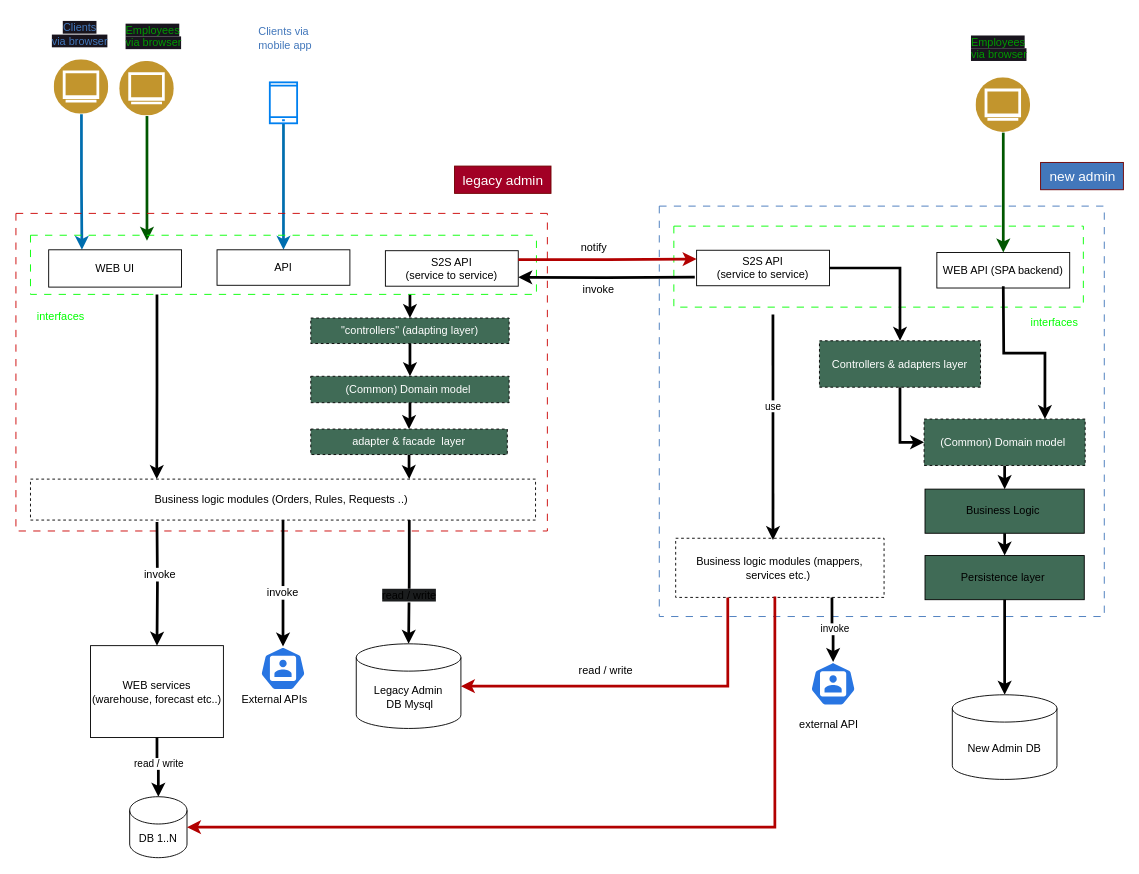
Before: page "step 1a" (3 of 13) of refactoring.drawio in sajonaro/ref-ex, a draw.io diagram. Source tidied: cells renumbered, new cells numbered last; positions are measured from the earlier drawing's top-left corner, leaving out a move shared by most shapes. Both pictures are drawn from the tidied source at 91%, with x=0, y=0 at pixel (15, 15).
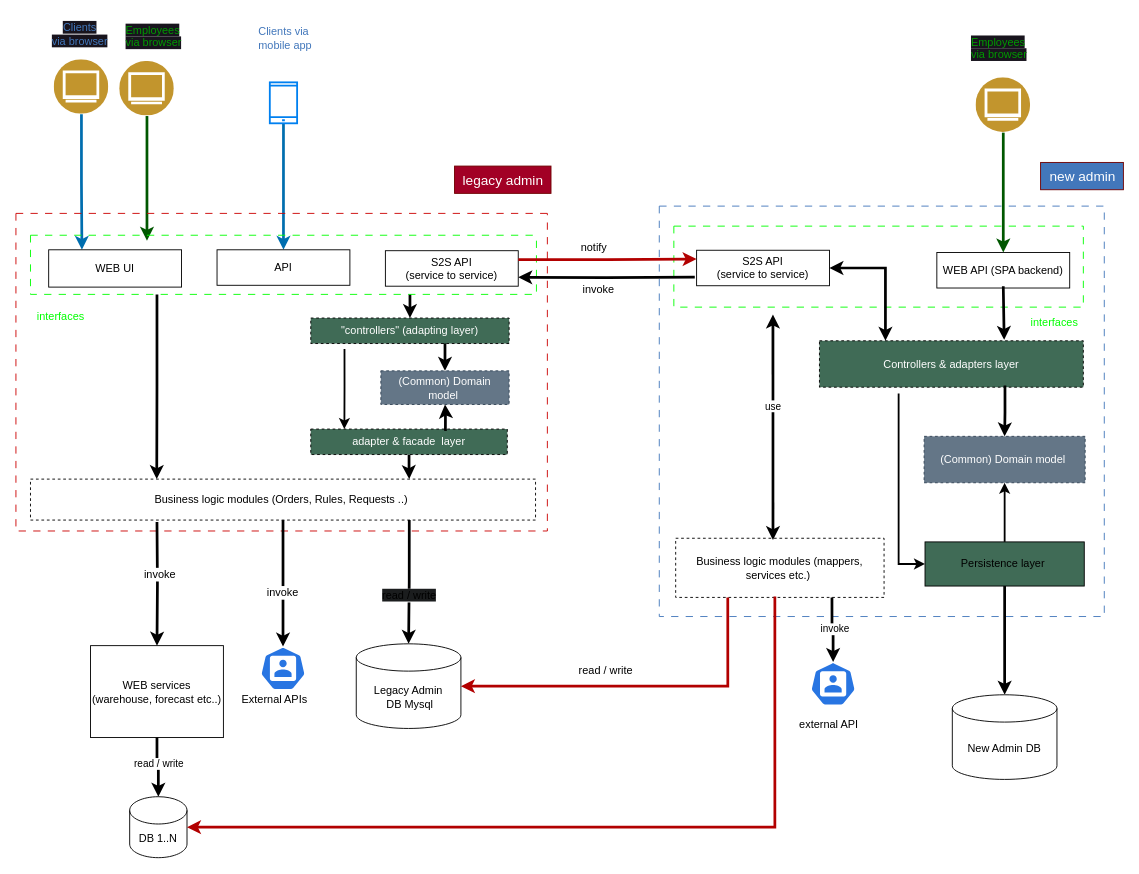
The same page after the edit.

Unchanged cells that the change refers to:
```xml
<mxCell id="13" style="swimlane;startSize=0;dashed=1;dashPattern=8 8;strokeColor=#CC0000;" parent="1" vertex="1">
  <mxGeometry y="217" width="584" height="349" as="geometry" />
</mxCell>
<mxCell id="25" value="&lt;font color=&quot;#ffffff&quot;&gt;adapter &amp;amp; facade&amp;nbsp; layer&lt;/font&gt;" style="rounded=0;whiteSpace=wrap;html=1;dashed=1;fillColor=#406B56;" parent="13" vertex="1">
  <mxGeometry x="324" y="237" width="216" height="28" as="geometry" />
</mxCell>
<mxCell id="27" value="&lt;span style=&quot;color: rgb(255, 255, 255);&quot;&gt;&quot;controllers&quot; (adapting layer)&lt;/span&gt;" style="rounded=0;whiteSpace=wrap;html=1;dashed=1;fillColor=#406B56;" parent="13" vertex="1">
  <mxGeometry x="324" y="115" width="218" height="28" as="geometry" />
</mxCell>
<mxCell id="41" style="swimlane;startSize=0;dashed=1;dashPattern=8 8;strokeColor=#4277BB;" parent="1" vertex="1">
  <mxGeometry x="707" y="209" width="489" height="451" as="geometry" />
</mxCell>
<mxCell id="42" style="swimlane;startSize=0;dashed=1;dashPattern=8 8;fontColor=#00FF00;strokeColor=#00FF00;" parent="41" vertex="1">
  <mxGeometry x="16" y="22" width="450" height="89" as="geometry" />
</mxCell>
<mxCell id="44" value="S2S API&lt;br&gt;(service to service)" style="rounded=0;whiteSpace=wrap;html=1;" parent="42" vertex="1">
  <mxGeometry x="25" y="26.5" width="146" height="39" as="geometry" />
</mxCell>
<mxCell id="56" value="Business logic modules (mappers, services etc.)&amp;nbsp;" style="rounded=0;whiteSpace=wrap;html=1;dashed=1;" parent="1" vertex="1">
  <mxGeometry x="725" y="574" width="229" height="65" as="geometry" />
</mxCell>
```

Diff of the diagram source:
```diff
@@
-    <mxCell id="22" style="edgeStyle=orthogonalEdgeStyle;rounded=0;jettySize=auto;html=1;entryX=0.5;entryY=0;entryDx=0;entryDy=0;strokeColor=default;strokeWidth=3;align=center;verticalAlign=middle;fontFamily=Helvetica;fontSize=11;fontColor=default;labelBackgroundColor=default;endArrow=classic;" parent="13" edge="1" source="23" target="25">
-      <mxGeometry relative="1" as="geometry" />
-    </mxCell>
-    <mxCell id="23" value="&lt;span style=&quot;color: rgb(255, 255, 255);&quot;&gt;(Common) Domain model&amp;nbsp;&lt;/span&gt;" style="rounded=0;whiteSpace=wrap;html=1;dashed=1;fillColor=#406B56;" parent="13" vertex="1">
-      <mxGeometry x="324" y="179" width="218" height="29" as="geometry" />
+    <mxCell id="23" value="&lt;span style=&quot;color: rgb(255, 255, 255);&quot;&gt;(Common) Domain model&amp;nbsp;&lt;/span&gt;" style="rounded=0;whiteSpace=wrap;html=1;dashed=1;fillColor=#647687;fontColor=#ffffff;strokeColor=#314354;" parent="13" vertex="1">
+      <mxGeometry x="401" y="173" width="141" height="37" as="geometry" />
     </mxCell>
@@
-    <mxCell id="26" style="edgeStyle=orthogonalEdgeStyle;rounded=0;jettySize=auto;html=1;entryX=0.5;entryY=0;entryDx=0;entryDy=0;strokeColor=default;strokeWidth=3;align=center;verticalAlign=middle;fontFamily=Helvetica;fontSize=11;fontColor=default;labelBackgroundColor=default;endArrow=classic;" parent="13" edge="1" source="27" target="23">
+    <mxCell id="26" style="edgeStyle=orthogonalEdgeStyle;rounded=0;jettySize=auto;html=1;entryX=0.5;entryY=0;entryDx=0;entryDy=0;strokeColor=default;strokeWidth=3;align=center;verticalAlign=middle;fontFamily=Helvetica;fontSize=11;fontColor=default;labelBackgroundColor=default;endArrow=classic;exitX=0.665;exitY=0.964;exitDx=0;exitDy=0;exitPerimeter=0;" parent="13" edge="1" source="27" target="23">
       <mxGeometry relative="1" as="geometry" />
     </mxCell>
@@
+    <mxCell id="74" style="edgeStyle=orthogonalEdgeStyle;rounded=0;jettySize=auto;html=1;entryX=0.171;entryY=0;entryDx=0;entryDy=0;entryPerimeter=0;strokeColor=default;strokeWidth=2;align=center;verticalAlign=middle;fontFamily=Helvetica;fontSize=11;fontColor=default;labelBackgroundColor=default;endArrow=classic;exitX=0.17;exitY=1.214;exitDx=0;exitDy=0;exitPerimeter=0;" parent="13" edge="1" source="27" target="25">
+      <mxGeometry relative="1" as="geometry" />
+    </mxCell>
+    <mxCell id="75" style="edgeStyle=orthogonalEdgeStyle;rounded=0;jettySize=auto;html=1;strokeColor=default;strokeWidth=3;align=center;verticalAlign=middle;fontFamily=Helvetica;fontSize=11;fontColor=default;labelBackgroundColor=default;endArrow=classic;exitX=0.685;exitY=0.071;exitDx=0;exitDy=0;exitPerimeter=0;" parent="13" edge="1" source="25" target="23">
+      <mxGeometry relative="1" as="geometry" />
+    </mxCell>
@@
-    <mxCell id="46" style="edgeStyle=orthogonalEdgeStyle;rounded=0;jettySize=auto;html=1;strokeColor=default;strokeWidth=3;align=center;verticalAlign=middle;fontFamily=Helvetica;fontSize=11;fontColor=default;labelBackgroundColor=default;endArrow=classic;" parent="41" edge="1" source="47" target="49">
-      <mxGeometry relative="1" as="geometry" />
-    </mxCell>
-    <mxCell id="47" value="&lt;span style=&quot;color: rgb(255, 255, 255);&quot;&gt;(Common) Domain model&amp;nbsp;&lt;/span&gt;" style="rounded=0;whiteSpace=wrap;html=1;dashed=1;fillColor=#406B56;" parent="41" vertex="1">
-      <mxGeometry x="291" y="234" width="177" height="51" as="geometry" />
+    <mxCell id="47" value="&lt;span style=&quot;color: rgb(255, 255, 255);&quot;&gt;(Common) Domain model&amp;nbsp;&lt;/span&gt;" style="rounded=0;whiteSpace=wrap;html=1;dashed=1;fillColor=#647687;fontColor=#ffffff;strokeColor=#314354;" parent="41" vertex="1">
+      <mxGeometry x="291" y="253" width="177" height="51" as="geometry" />
     </mxCell>
-    <mxCell id="48" style="edgeStyle=orthogonalEdgeStyle;rounded=0;jettySize=auto;html=1;entryX=0.5;entryY=0;entryDx=0;entryDy=0;strokeColor=default;strokeWidth=3;align=center;verticalAlign=middle;fontFamily=Helvetica;fontSize=11;fontColor=default;labelBackgroundColor=default;endArrow=classic;" parent="41" edge="1" source="49" target="54">
-      <mxGeometry relative="1" as="geometry" />
-    </mxCell>
-    <mxCell id="49" value="Business Logic&amp;nbsp;" style="rounded=0;whiteSpace=wrap;html=1;fillStyle=solid;fillColor=#406B56;" parent="41" vertex="1">
-      <mxGeometry x="292" y="311" width="175" height="48.5" as="geometry" />
-    </mxCell>
-    <mxCell id="50" style="edgeStyle=orthogonalEdgeStyle;rounded=0;jettySize=auto;html=1;entryX=0;entryY=0.5;entryDx=0;entryDy=0;strokeColor=default;strokeWidth=3;align=center;verticalAlign=middle;fontFamily=Helvetica;fontSize=11;fontColor=default;labelBackgroundColor=default;endArrow=classic;" parent="41" edge="1" source="51" target="47">
-      <mxGeometry relative="1" as="geometry" />
-    </mxCell>
+    <mxCell id="76" style="edgeStyle=orthogonalEdgeStyle;rounded=0;jettySize=auto;html=1;entryX=0;entryY=0.5;entryDx=0;entryDy=0;strokeColor=default;strokeWidth=2;align=center;verticalAlign=middle;fontFamily=Helvetica;fontSize=11;fontColor=default;labelBackgroundColor=default;endArrow=classic;exitX=0.3;exitY=1.137;exitDx=0;exitDy=0;exitPerimeter=0;" parent="41" edge="1" source="51" target="54">
+      <mxGeometry relative="1" as="geometry" />
+    </mxCell>
     <mxCell id="51" value="&lt;font color=&quot;#ffffff&quot;&gt;Controllers &amp;amp; adapters layer&lt;/font&gt;" style="rounded=0;whiteSpace=wrap;html=1;dashed=1;fillColor=#406B56;" parent="41" vertex="1">
-      <mxGeometry x="176" y="148" width="177" height="51" as="geometry" />
+      <mxGeometry x="176" y="148" width="290" height="51" as="geometry" />
     </mxCell>
-    <mxCell id="52" style="edgeStyle=orthogonalEdgeStyle;rounded=0;jettySize=auto;html=1;entryX=0.5;entryY=0;entryDx=0;entryDy=0;strokeColor=default;strokeWidth=3;align=center;verticalAlign=middle;fontFamily=Helvetica;fontSize=11;fontColor=default;labelBackgroundColor=default;endArrow=classic;exitX=1;exitY=0.5;exitDx=0;exitDy=0;" parent="41" edge="1" source="44" target="51">
+    <mxCell id="52" style="edgeStyle=orthogonalEdgeStyle;rounded=0;jettySize=auto;html=1;entryX=0.25;entryY=0;entryDx=0;entryDy=0;strokeColor=default;strokeWidth=3;align=center;verticalAlign=middle;fontFamily=Helvetica;fontSize=11;fontColor=default;labelBackgroundColor=default;endArrow=classic;exitX=1;exitY=0.5;exitDx=0;exitDy=0;startArrow=classic;startFill=1;" parent="41" edge="1" source="44" target="51">
       <mxGeometry relative="1" as="geometry" />
     </mxCell>
-    <mxCell id="53" style="edgeStyle=orthogonalEdgeStyle;rounded=0;jettySize=auto;html=1;strokeColor=default;strokeWidth=3;align=center;verticalAlign=middle;fontFamily=Helvetica;fontSize=11;fontColor=default;labelBackgroundColor=default;endArrow=classic;entryX=0.75;entryY=0;entryDx=0;entryDy=0;" parent="41" edge="1" target="47">
+    <mxCell id="53" style="edgeStyle=orthogonalEdgeStyle;rounded=0;jettySize=auto;html=1;strokeColor=default;strokeWidth=3;align=center;verticalAlign=middle;fontFamily=Helvetica;fontSize=11;fontColor=default;labelBackgroundColor=default;endArrow=classic;entryX=0.7;entryY=-0.02;entryDx=0;entryDy=0;entryPerimeter=0;" parent="41" edge="1" target="51">
       <mxGeometry relative="1" as="geometry">
         <mxPoint x="378" y="88" as="sourcePoint" />
       </mxGeometry>
     </mxCell>
+    <mxCell id="77" style="edgeStyle=orthogonalEdgeStyle;rounded=0;jettySize=auto;html=1;entryX=0.5;entryY=1;entryDx=0;entryDy=0;strokeColor=default;strokeWidth=2;align=center;verticalAlign=middle;fontFamily=Helvetica;fontSize=11;fontColor=default;labelBackgroundColor=default;endArrow=classic;" parent="41" edge="1" source="54" target="47">
+      <mxGeometry relative="1" as="geometry" />
+    </mxCell>
     <mxCell id="54" value="Persistence layer&amp;nbsp;" style="rounded=0;whiteSpace=wrap;html=1;fillStyle=solid;fillColor=#406B56;" parent="41" vertex="1">
-      <mxGeometry x="292" y="384" width="175" height="48.5" as="geometry" />
+      <mxGeometry x="292" y="369" width="175" height="48.5" as="geometry" />
     </mxCell>
+    <mxCell id="50" style="edgeStyle=orthogonalEdgeStyle;rounded=0;jettySize=auto;html=1;strokeColor=default;strokeWidth=3;align=center;verticalAlign=middle;fontFamily=Helvetica;fontSize=11;fontColor=default;labelBackgroundColor=default;endArrow=classic;exitX=0.703;exitY=0.961;exitDx=0;exitDy=0;exitPerimeter=0;" parent="41" edge="1" source="51" target="47">
+      <mxGeometry relative="1" as="geometry" />
+    </mxCell>
@@
-    <mxCell id="71" style="edgeStyle=orthogonalEdgeStyle;rounded=0;jettySize=auto;html=1;strokeColor=default;strokeWidth=3;align=center;verticalAlign=middle;fontFamily=Helvetica;fontSize=11;fontColor=default;labelBackgroundColor=default;endArrow=classic;exitX=0.242;exitY=1.092;exitDx=0;exitDy=0;exitPerimeter=0;entryX=0.467;entryY=0.031;entryDx=0;entryDy=0;entryPerimeter=0;" parent="1" edge="1" source="42" target="56">
+    <mxCell id="71" style="edgeStyle=orthogonalEdgeStyle;rounded=0;jettySize=auto;html=1;strokeColor=default;strokeWidth=3;align=center;verticalAlign=middle;fontFamily=Helvetica;fontSize=11;fontColor=default;labelBackgroundColor=default;endArrow=classic;exitX=0.242;exitY=1.092;exitDx=0;exitDy=0;exitPerimeter=0;entryX=0.467;entryY=0.031;entryDx=0;entryDy=0;entryPerimeter=0;startArrow=classic;startFill=1;" parent="1" edge="1" source="42" target="56">
       <mxGeometry relative="1" as="geometry" />
     </mxCell>
```
